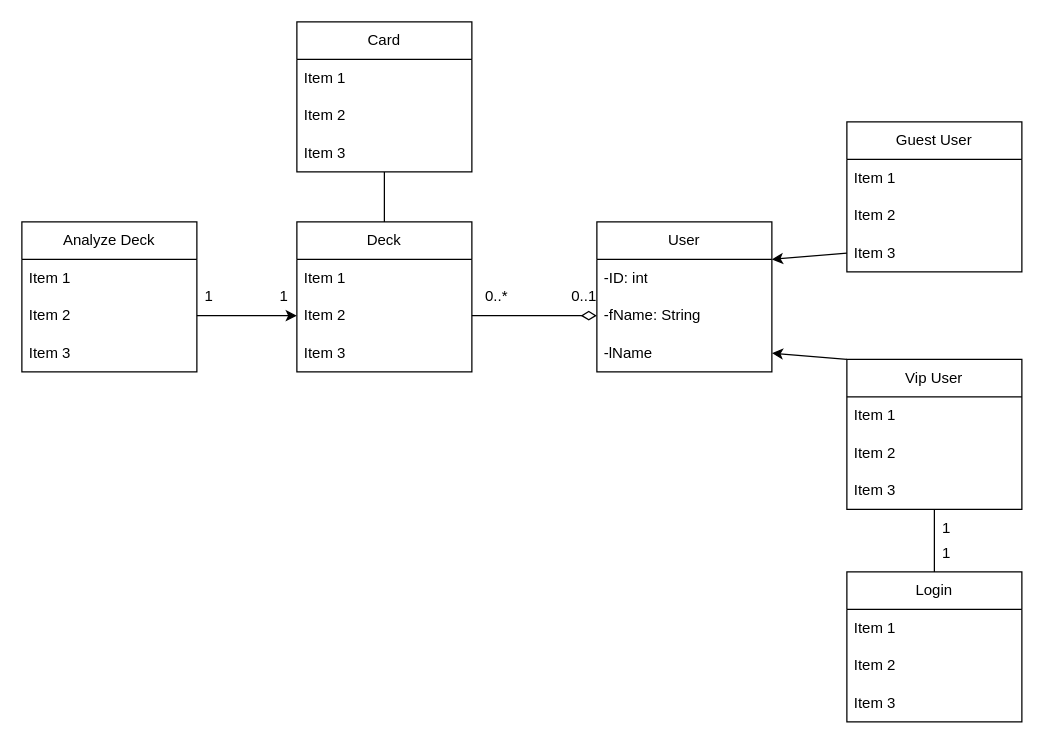
MTG-Deck-Aid/documentation-and-development keeps this draw.io diagram as UML_Diagrams/Backend_class_diagram.drawio. Above is the earlier version. Source tidied: cells renumbered, new cells numbered last; positions are measured from the earlier drawing's top-left corner, leaving out a move shared by most shapes. Both pictures are drawn from the tidied source at 125%, with x=0, y=0 at pixel (21, 21).
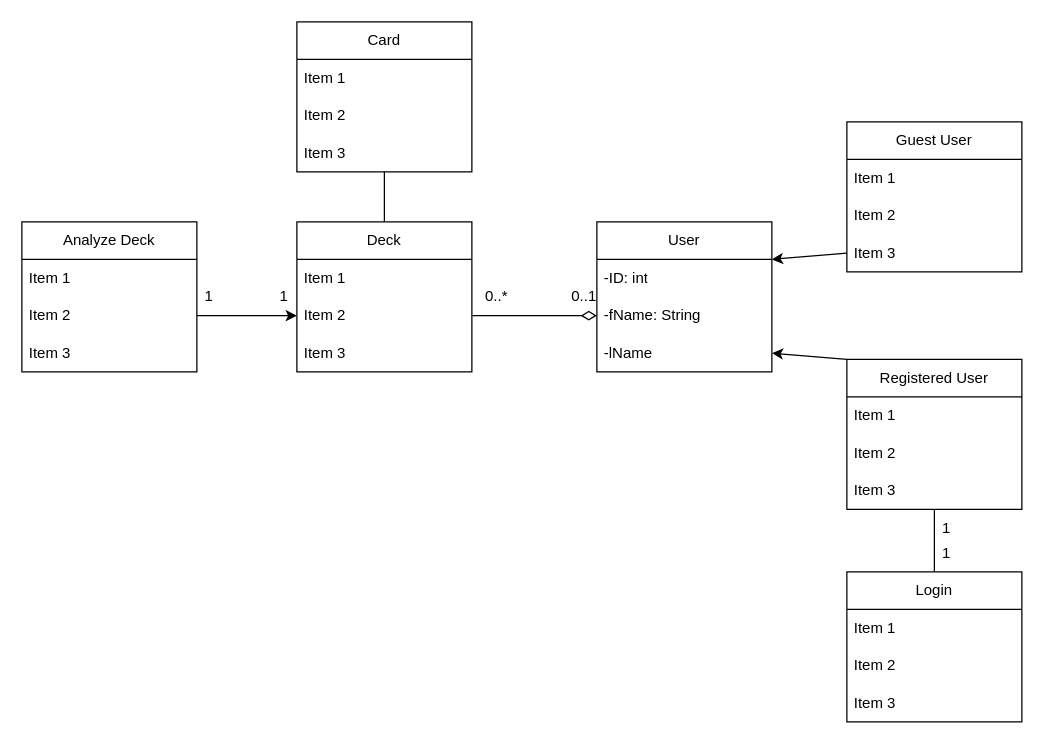
The same page after the edit.

Commit message:
changed vip user to registered user

The edit, as a diff of the source:
```diff
@@
-    <mxCell id="18" value="Vip User" style="swimlane;fontStyle=0;horizontal=1;startSize=30;whiteSpace=wrap;html=1;" parent="1" vertex="1">
+    <mxCell id="18" value="Registered User" style="swimlane;fontStyle=0;horizontal=1;startSize=30;whiteSpace=wrap;html=1;" parent="1" vertex="1">
       <mxGeometry x="660" y="270" width="140" height="120" as="geometry" />
     </mxCell>
```
